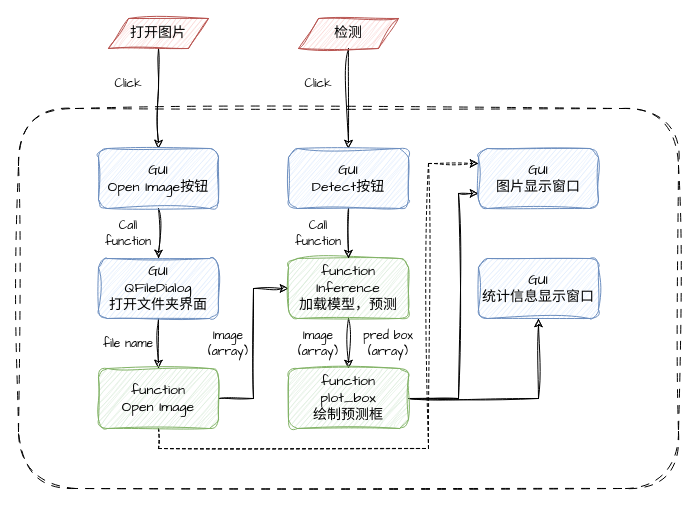
The draw.io diagram page "ch7-gui1" (16 of 21) of figs.drawio in 225ceV/tiny, before the edit. Source tidied: cells renumbered, new cells numbered last; positions are measured from the earlier drawing's top-left corner, leaving out a move shared by most shapes. Both pictures are drawn from the tidied source at 100%, with x=0, y=0 at pixel (18, 18).
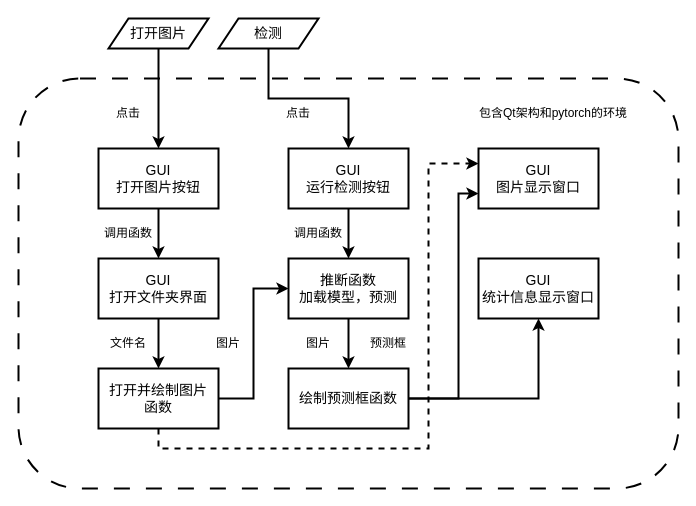
The same diagram, later.

What changed in the source:
```diff
@@
-    <mxCell id="2" style="rounded=1;whiteSpace=wrap;html=1;sketch=1;curveFitting=1;jiggle=2;fillColor=none;dashed=1;dashPattern=8 8;" parent="1" vertex="1">
-      <mxGeometry y="90" width="660" height="380" as="geometry" />
+    <mxCell id="2" style="rounded=1;whiteSpace=wrap;html=1;dashed=1;dashPattern=8 8;fontFamily=宋体;strokeWidth=2;" parent="1" vertex="1">
+      <mxGeometry y="60" width="660" height="410" as="geometry" />
     </mxCell>
-    <mxCell id="3" style="edgeStyle=orthogonalEdgeStyle;rounded=0;jettySize=auto;html=1;sketch=1;curveFitting=1;jiggle=2;" parent="1" edge="1" source="4" target="10">
+    <mxCell id="3" style="edgeStyle=orthogonalEdgeStyle;rounded=0;jettySize=auto;html=1;fontFamily=宋体;strokeWidth=2;" parent="1" edge="1" source="4" target="10">
       <mxGeometry relative="1" as="geometry">
         <Array as="points">
           <mxPoint x="140" y="70" />
           <mxPoint x="140" y="70" />
         </Array>
       </mxGeometry>
     </mxCell>
-    <mxCell id="4" value="&lt;font face=&quot;Comic Sans MS&quot;&gt;&lt;span style=&quot;font-size: 14px;&quot;&gt;打开图片&lt;/span&gt;&lt;/font&gt;" style="shape=parallelogram;perimeter=parallelogramPerimeter;whiteSpace=wrap;html=1;fixedSize=1;sketch=1;curveFitting=1;jiggle=2;fillColor=#f8cecc;strokeColor=#b85450;" parent="1" vertex="1">
+    <mxCell id="4" value="&lt;font&gt;&lt;span style=&quot;font-size: 14px;&quot;&gt;打开图片&lt;/span&gt;&lt;/font&gt;" style="shape=parallelogram;perimeter=parallelogramPerimeter;whiteSpace=wrap;html=1;fixedSize=1;fontFamily=宋体;strokeWidth=2;" parent="1" vertex="1">
       <mxGeometry x="90" width="100" height="30" as="geometry" />
     </mxCell>
-    <mxCell id="5" style="edgeStyle=orthogonalEdgeStyle;rounded=0;jettySize=auto;html=1;sketch=1;curveFitting=1;jiggle=2;" parent="1" edge="1" source="6" target="29">
+    <mxCell id="5" style="edgeStyle=orthogonalEdgeStyle;rounded=0;jettySize=auto;html=1;fontFamily=宋体;strokeWidth=2;" parent="1" edge="1" source="6" target="29">
       <mxGeometry relative="1" as="geometry" />
     </mxCell>
-    <mxCell id="6" value="&lt;font style=&quot;font-size: 14px;&quot; face=&quot;Comic Sans MS&quot;&gt;检测&lt;/font&gt;" style="shape=parallelogram;perimeter=parallelogramPerimeter;whiteSpace=wrap;html=1;fixedSize=1;sketch=1;curveFitting=1;jiggle=2;fillColor=#f8cecc;strokeColor=#b85450;" parent="1" vertex="1">
-      <mxGeometry x="280" width="100" height="30" as="geometry" />
+    <mxCell id="6" value="&lt;font style=&quot;font-size: 14px;&quot;&gt;检测&lt;/font&gt;" style="shape=parallelogram;perimeter=parallelogramPerimeter;whiteSpace=wrap;html=1;fixedSize=1;fontFamily=宋体;strokeWidth=2;" parent="1" vertex="1">
+      <mxGeometry x="200" width="100" height="30" as="geometry" />
     </mxCell>
-    <mxCell id="7" style="edgeStyle=orthogonalEdgeStyle;rounded=0;jettySize=auto;html=1;sketch=1;curveFitting=1;jiggle=2;" parent="1" edge="1" source="8" target="15">
+    <mxCell id="7" style="edgeStyle=orthogonalEdgeStyle;rounded=0;jettySize=auto;html=1;fontFamily=宋体;strokeWidth=2;" parent="1" edge="1" source="8" target="15">
       <mxGeometry relative="1" as="geometry" />
     </mxCell>
-    <mxCell id="8" value="&lt;font style=&quot;font-size: 14px;&quot; face=&quot;Comic Sans MS&quot;&gt;GUI&lt;br&gt;QFileDialog&lt;br&gt;打开文件夹界面&lt;/font&gt;" style="rounded=1;whiteSpace=wrap;html=1;sketch=1;curveFitting=1;jiggle=2;fillColor=#dae8fc;strokeColor=#6c8ebf;" parent="1" vertex="1">
+    <mxCell id="8" value="&lt;font style=&quot;font-size: 14px;&quot;&gt;GUI&lt;br&gt;打开文件夹界面&lt;/font&gt;" style="rounded=0;whiteSpace=wrap;html=1;fontFamily=宋体;strokeWidth=2;" parent="1" vertex="1">
       <mxGeometry x="80" y="240" width="120" height="60" as="geometry" />
     </mxCell>
-    <mxCell id="9" style="edgeStyle=orthogonalEdgeStyle;rounded=0;jettySize=auto;html=1;exitX=0.5;exitY=1;exitDx=0;exitDy=0;entryX=0.5;entryY=0;entryDx=0;entryDy=0;sketch=1;curveFitting=1;jiggle=2;" parent="1" edge="1" source="10" target="8">
+    <mxCell id="9" style="edgeStyle=orthogonalEdgeStyle;rounded=0;jettySize=auto;html=1;exitX=0.5;exitY=1;exitDx=0;exitDy=0;entryX=0.5;entryY=0;entryDx=0;entryDy=0;fontFamily=宋体;strokeWidth=2;" parent="1" edge="1" source="10" target="8">
       <mxGeometry relative="1" as="geometry" />
     </mxCell>
-    <mxCell id="10" value="&lt;font style=&quot;font-size: 14px;&quot; face=&quot;Comic Sans MS&quot;&gt;GUI&lt;br&gt;Open Image按钮&lt;/font&gt;" style="rounded=1;whiteSpace=wrap;html=1;sketch=1;curveFitting=1;jiggle=2;fillColor=#dae8fc;strokeColor=#6c8ebf;" parent="1" vertex="1">
+    <mxCell id="10" value="&lt;font style=&quot;font-size: 14px;&quot;&gt;GUI&lt;br&gt;打开图片按钮&lt;/font&gt;" style="rounded=0;whiteSpace=wrap;html=1;fontFamily=宋体;strokeWidth=2;" parent="1" vertex="1">
       <mxGeometry x="80" y="130" width="120" height="60" as="geometry" />
     </mxCell>
-    <mxCell id="11" value="&lt;font face=&quot;Comic Sans MS&quot;&gt;Click&lt;/font&gt;" style="text;html=1;strokeColor=none;fillColor=none;align=center;verticalAlign=middle;whiteSpace=wrap;rounded=0;" parent="1" vertex="1">
-      <mxGeometry x="80" y="50" width="60" height="30" as="geometry" />
+    <mxCell id="11" value="&lt;font&gt;点击&lt;/font&gt;" style="text;html=1;align=center;verticalAlign=middle;whiteSpace=wrap;rounded=0;fontFamily=宋体;strokeWidth=2;" parent="1" vertex="1">
+      <mxGeometry x="80" y="80" width="60" height="30" as="geometry" />
     </mxCell>
-    <mxCell id="12" value="&lt;font face=&quot;Comic Sans MS&quot;&gt;Call&lt;br&gt;function&lt;br&gt;&lt;/font&gt;" style="text;html=1;strokeColor=none;fillColor=none;align=center;verticalAlign=middle;whiteSpace=wrap;rounded=0;" parent="1" vertex="1">
+    <mxCell id="12" value="&lt;font&gt;调用函数&lt;br&gt;&lt;/font&gt;" style="text;html=1;align=center;verticalAlign=middle;whiteSpace=wrap;rounded=0;fontFamily=宋体;strokeWidth=2;" parent="1" vertex="1">
       <mxGeometry x="80" y="200" width="60" height="30" as="geometry" />
     </mxCell>
-    <mxCell id="13" style="edgeStyle=orthogonalEdgeStyle;rounded=0;jettySize=auto;html=1;exitX=1;exitY=0.5;exitDx=0;exitDy=0;entryX=0;entryY=0.5;entryDx=0;entryDy=0;sketch=1;curveFitting=1;jiggle=2;" parent="1" edge="1" source="15" target="18">
+    <mxCell id="13" style="edgeStyle=orthogonalEdgeStyle;rounded=0;jettySize=auto;html=1;exitX=1;exitY=0.5;exitDx=0;exitDy=0;entryX=0;entryY=0.5;entryDx=0;entryDy=0;fontFamily=宋体;strokeWidth=2;" parent="1" edge="1" source="15" target="18">
       <mxGeometry relative="1" as="geometry" />
     </mxCell>
-    <mxCell id="14" style="edgeStyle=orthogonalEdgeStyle;rounded=0;jettySize=auto;html=1;exitX=0.5;exitY=1;exitDx=0;exitDy=0;entryX=0;entryY=0.25;entryDx=0;entryDy=0;sketch=1;curveFitting=1;jiggle=2;dashed=1;" parent="1" edge="1" source="15" target="26">
+    <mxCell id="14" style="edgeStyle=orthogonalEdgeStyle;rounded=0;jettySize=auto;html=1;exitX=0.5;exitY=1;exitDx=0;exitDy=0;entryX=0;entryY=0.25;entryDx=0;entryDy=0;dashed=1;fontFamily=宋体;strokeWidth=2;" parent="1" edge="1" source="15" target="26">
       <mxGeometry relative="1" as="geometry">
         <Array as="points">
           <mxPoint x="140" y="430" />
           <mxPoint x="410" y="430" />
           <mxPoint x="410" y="145" />
         </Array>
       </mxGeometry>
     </mxCell>
-    <mxCell id="15" value="&lt;font face=&quot;Comic Sans MS&quot;&gt;&lt;span style=&quot;font-size: 14px;&quot;&gt;function&lt;br&gt;Open Image&lt;/span&gt;&lt;/font&gt;" style="rounded=1;whiteSpace=wrap;html=1;sketch=1;curveFitting=1;jiggle=2;fillColor=#d5e8d4;strokeColor=#82b366;" parent="1" vertex="1">
+    <mxCell id="15" value="&lt;span style=&quot;font-size: 14px;&quot;&gt;打开并绘制图片&lt;br&gt;函数&lt;/span&gt;" style="rounded=0;whiteSpace=wrap;html=1;fontFamily=宋体;strokeWidth=2;" parent="1" vertex="1">
       <mxGeometry x="80" y="350" width="120" height="60" as="geometry" />
     </mxCell>
-    <mxCell id="16" value="&lt;font face=&quot;Comic Sans MS&quot;&gt;file name&lt;br&gt;&lt;/font&gt;" style="text;html=1;strokeColor=none;fillColor=none;align=center;verticalAlign=middle;whiteSpace=wrap;rounded=0;" parent="1" vertex="1">
+    <mxCell id="16" value="&lt;font&gt;文件名&lt;br&gt;&lt;/font&gt;" style="text;html=1;align=center;verticalAlign=middle;whiteSpace=wrap;rounded=0;fontFamily=宋体;strokeWidth=2;" parent="1" vertex="1">
       <mxGeometry x="80" y="310" width="60" height="30" as="geometry" />
     </mxCell>
-    <mxCell id="17" style="edgeStyle=orthogonalEdgeStyle;rounded=0;jettySize=auto;html=1;exitX=0.5;exitY=1;exitDx=0;exitDy=0;entryX=0.5;entryY=0;entryDx=0;entryDy=0;sketch=1;curveFitting=1;jiggle=2;" parent="1" edge="1" source="18" target="23">
+    <mxCell id="17" style="edgeStyle=orthogonalEdgeStyle;rounded=0;jettySize=auto;html=1;exitX=0.5;exitY=1;exitDx=0;exitDy=0;entryX=0.5;entryY=0;entryDx=0;entryDy=0;fontFamily=宋体;strokeWidth=2;" parent="1" edge="1" source="18" target="23">
       <mxGeometry relative="1" as="geometry" />
     </mxCell>
-    <mxCell id="18" value="&lt;font face=&quot;Comic Sans MS&quot;&gt;&lt;span style=&quot;font-size: 14px;&quot;&gt;function&lt;br&gt;Inference&lt;br&gt;加载模型，预测&lt;br&gt;&lt;/span&gt;&lt;/font&gt;" style="rounded=1;whiteSpace=wrap;html=1;sketch=1;curveFitting=1;jiggle=2;fillColor=#d5e8d4;strokeColor=#82b366;" parent="1" vertex="1">
+    <mxCell id="18" value="&lt;font&gt;&lt;span style=&quot;font-size: 14px;&quot;&gt;推断函数&lt;br&gt;加载模型，预测&lt;br&gt;&lt;/span&gt;&lt;/font&gt;" style="rounded=0;whiteSpace=wrap;html=1;fontFamily=宋体;strokeWidth=2;" parent="1" vertex="1">
       <mxGeometry x="270" y="240" width="120" height="60" as="geometry" />
     </mxCell>
-    <mxCell id="19" value="&lt;font face=&quot;Comic Sans MS&quot;&gt;Image&lt;br&gt;(array)&lt;br&gt;&lt;/font&gt;" style="text;html=1;strokeColor=none;fillColor=none;align=center;verticalAlign=middle;whiteSpace=wrap;rounded=0;" parent="1" vertex="1">
+    <mxCell id="19" value="&lt;font&gt;图片&lt;br&gt;&lt;/font&gt;" style="text;html=1;align=center;verticalAlign=middle;whiteSpace=wrap;rounded=0;fontFamily=宋体;strokeWidth=2;" parent="1" vertex="1">
       <mxGeometry x="180" y="310" width="60" height="30" as="geometry" />
     </mxCell>
-    <mxCell id="20" value="&lt;font face=&quot;Comic Sans MS&quot;&gt;Click&lt;/font&gt;" style="text;html=1;strokeColor=none;fillColor=none;align=center;verticalAlign=middle;whiteSpace=wrap;rounded=0;" parent="1" vertex="1">
-      <mxGeometry x="270" y="50" width="60" height="30" as="geometry" />
+    <mxCell id="20" value="&lt;font&gt;点击&lt;/font&gt;" style="text;html=1;align=center;verticalAlign=middle;whiteSpace=wrap;rounded=0;fontFamily=宋体;strokeWidth=2;" parent="1" vertex="1">
+      <mxGeometry x="250" y="80" width="60" height="30" as="geometry" />
     </mxCell>
-    <mxCell id="21" style="edgeStyle=orthogonalEdgeStyle;rounded=0;jettySize=auto;html=1;exitX=1;exitY=0.5;exitDx=0;exitDy=0;sketch=1;curveFitting=1;jiggle=2;" parent="1" edge="1" source="23" target="27">
+    <mxCell id="21" style="edgeStyle=orthogonalEdgeStyle;rounded=0;jettySize=auto;html=1;exitX=1;exitY=0.5;exitDx=0;exitDy=0;fontFamily=宋体;strokeWidth=2;" parent="1" edge="1" source="23" target="27">
       <mxGeometry relative="1" as="geometry" />
     </mxCell>
-    <mxCell id="22" style="edgeStyle=orthogonalEdgeStyle;rounded=0;jettySize=auto;html=1;exitX=1;exitY=0.5;exitDx=0;exitDy=0;entryX=0;entryY=0.75;entryDx=0;entryDy=0;sketch=1;curveFitting=1;jiggle=2;" parent="1" edge="1" source="23" target="26">
+    <mxCell id="22" style="edgeStyle=orthogonalEdgeStyle;rounded=0;jettySize=auto;html=1;exitX=1;exitY=0.5;exitDx=0;exitDy=0;entryX=0;entryY=0.75;entryDx=0;entryDy=0;fontFamily=宋体;strokeWidth=2;" parent="1" edge="1" source="23" target="26">
       <mxGeometry relative="1" as="geometry">
         <Array as="points">
           <mxPoint x="440" y="380" />
           <mxPoint x="440" y="175" />
         </Array>
       </mxGeometry>
     </mxCell>
-    <mxCell id="23" value="&lt;font face=&quot;Comic Sans MS&quot;&gt;&lt;span style=&quot;font-size: 14px;&quot;&gt;function&lt;br&gt;plot_box&lt;br&gt;绘制预测框&lt;br&gt;&lt;/span&gt;&lt;/font&gt;" style="rounded=1;whiteSpace=wrap;html=1;sketch=1;curveFitting=1;jiggle=2;fillColor=#d5e8d4;strokeColor=#82b366;" parent="1" vertex="1">
+    <mxCell id="23" value="&lt;font&gt;&lt;span style=&quot;font-size: 14px;&quot;&gt;绘制预测框函数&lt;br&gt;&lt;/span&gt;&lt;/font&gt;" style="rounded=0;whiteSpace=wrap;html=1;fontFamily=宋体;strokeWidth=2;" parent="1" vertex="1">
       <mxGeometry x="270" y="350" width="120" height="60" as="geometry" />
     </mxCell>
-    <mxCell id="24" value="&lt;font face=&quot;Comic Sans MS&quot;&gt;Image&lt;br&gt;(array)&lt;br&gt;&lt;/font&gt;" style="text;html=1;strokeColor=none;fillColor=none;align=center;verticalAlign=middle;whiteSpace=wrap;rounded=0;" parent="1" vertex="1">
+    <mxCell id="24" value="&lt;font&gt;图片&lt;br&gt;&lt;/font&gt;" style="text;html=1;align=center;verticalAlign=middle;whiteSpace=wrap;rounded=0;fontFamily=宋体;strokeWidth=2;" parent="1" vertex="1">
       <mxGeometry x="270" y="310" width="60" height="30" as="geometry" />
     </mxCell>
-    <mxCell id="25" value="&lt;font face=&quot;Comic Sans MS&quot;&gt;pred box&lt;br&gt;(array)&lt;br&gt;&lt;/font&gt;" style="text;html=1;strokeColor=none;fillColor=none;align=center;verticalAlign=middle;whiteSpace=wrap;rounded=0;" parent="1" vertex="1">
+    <mxCell id="25" value="&lt;font&gt;预测框&lt;br&gt;&lt;/font&gt;" style="text;html=1;align=center;verticalAlign=middle;whiteSpace=wrap;rounded=0;fontFamily=宋体;strokeWidth=2;" parent="1" vertex="1">
       <mxGeometry x="340" y="310" width="60" height="30" as="geometry" />
     </mxCell>
-    <mxCell id="26" value="&lt;font style=&quot;font-size: 14px;&quot; face=&quot;Comic Sans MS&quot;&gt;GUI&lt;br&gt;图片显示窗口&lt;/font&gt;" style="rounded=1;whiteSpace=wrap;html=1;sketch=1;curveFitting=1;jiggle=2;fillColor=#dae8fc;strokeColor=#6c8ebf;" parent="1" vertex="1">
+    <mxCell id="26" value="&lt;font style=&quot;font-size: 14px;&quot;&gt;GUI&lt;br&gt;图片显示窗口&lt;/font&gt;" style="rounded=0;whiteSpace=wrap;html=1;fontFamily=宋体;strokeWidth=2;" parent="1" vertex="1">
       <mxGeometry x="460" y="130" width="120" height="60" as="geometry" />
     </mxCell>
-    <mxCell id="27" value="&lt;font style=&quot;font-size: 14px;&quot; face=&quot;Comic Sans MS&quot;&gt;GUI&lt;br&gt;统计信息显示窗口&lt;br&gt;&lt;/font&gt;" style="rounded=1;whiteSpace=wrap;html=1;sketch=1;curveFitting=1;jiggle=2;fillColor=#dae8fc;strokeColor=#6c8ebf;" parent="1" vertex="1">
+    <mxCell id="27" value="&lt;font style=&quot;font-size: 14px;&quot;&gt;GUI&lt;br&gt;统计信息显示窗口&lt;br&gt;&lt;/font&gt;" style="rounded=0;whiteSpace=wrap;html=1;fontFamily=宋体;strokeWidth=2;" parent="1" vertex="1">
       <mxGeometry x="460" y="240" width="120" height="60" as="geometry" />
     </mxCell>
-    <mxCell id="28" style="edgeStyle=orthogonalEdgeStyle;rounded=0;jettySize=auto;html=1;sketch=1;curveFitting=1;jiggle=2;" parent="1" edge="1" source="29" target="18">
+    <mxCell id="28" style="edgeStyle=orthogonalEdgeStyle;rounded=0;jettySize=auto;html=1;fontFamily=宋体;strokeWidth=2;" parent="1" edge="1" source="29" target="18">
       <mxGeometry relative="1" as="geometry" />
     </mxCell>
-    <mxCell id="29" value="&lt;font style=&quot;font-size: 14px;&quot; face=&quot;Comic Sans MS&quot;&gt;GUI&lt;br&gt;Detect按钮&lt;/font&gt;" style="rounded=1;whiteSpace=wrap;html=1;sketch=1;curveFitting=1;jiggle=2;fillColor=#dae8fc;strokeColor=#6c8ebf;" parent="1" vertex="1">
+    <mxCell id="29" value="&lt;font style=&quot;font-size: 14px;&quot;&gt;GUI&lt;br&gt;运行检测按钮&lt;/font&gt;" style="rounded=0;whiteSpace=wrap;html=1;fontFamily=宋体;strokeWidth=2;" parent="1" vertex="1">
       <mxGeometry x="270" y="130" width="120" height="60" as="geometry" />
     </mxCell>
-    <mxCell id="30" value="&lt;font face=&quot;Comic Sans MS&quot;&gt;Call&lt;br&gt;function&lt;br&gt;&lt;/font&gt;" style="text;html=1;strokeColor=none;fillColor=none;align=center;verticalAlign=middle;whiteSpace=wrap;rounded=0;" parent="1" vertex="1">
+    <mxCell id="30" value="&lt;font&gt;调用函数&lt;br&gt;&lt;/font&gt;" style="text;html=1;align=center;verticalAlign=middle;whiteSpace=wrap;rounded=0;fontFamily=宋体;strokeWidth=2;" parent="1" vertex="1">
       <mxGeometry x="270" y="200" width="60" height="30" as="geometry" />
     </mxCell>
+    <mxCell id="31" value="&lt;font face=&quot;宋体&quot;&gt;包含Qt架构和pytorch的环境&lt;/font&gt;" style="text;html=1;strokeColor=none;fillColor=none;align=center;verticalAlign=middle;whiteSpace=wrap;rounded=0;strokeWidth=2;" parent="1" vertex="1">
+      <mxGeometry x="450" y="80" width="170" height="30" as="geometry" />
+    </mxCell>
```
